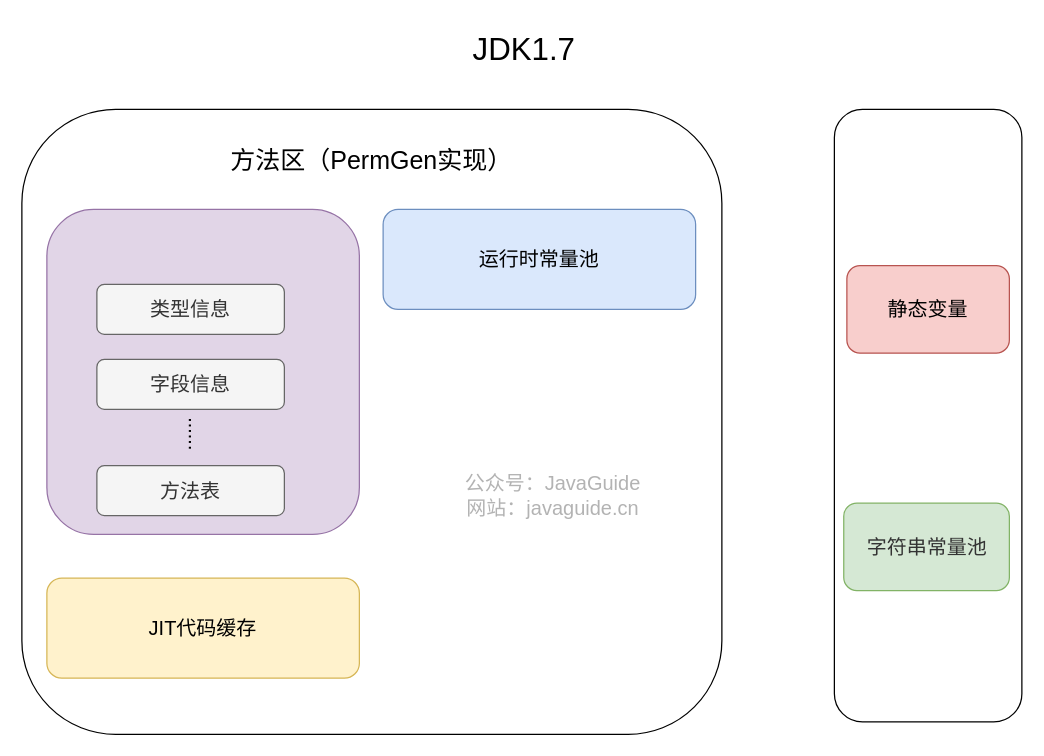
The draw.io diagram docs/java/jvm/pictures/memory-area/method-area-jdk1.7.drawio in Snailclimb/JavaGuide, before the edit. Source tidied: cells renumbered, new cells numbered last; positions are measured from the earlier drawing's top-left corner, leaving out a move shared by most shapes. Both pictures are drawn from the tidied source at 125%, with x=0, y=0 at pixel (21, 21).
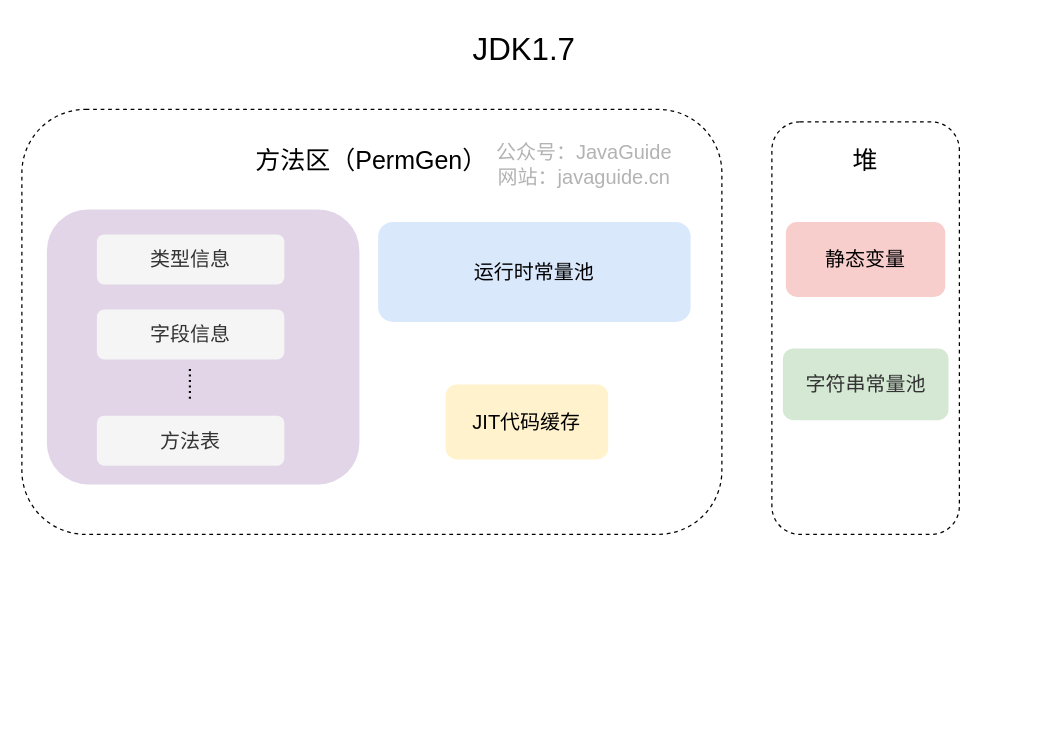
The same diagram, later.

Commit message (it also covers changes not shown here):
[docs update]修改了两张图片

What changed in the source:
```diff
@@
 <mxGraphModel>
   <root>
     <mxCell id="0" />
     <mxCell id="1" parent="0" />
-    <mxCell id="2" style="rounded=1;whiteSpace=wrap;html=1;sketch=0;fontSize=16;glass=0;shadow=0;" parent="1" vertex="1">
-      <mxGeometry y="70" width="560" height="500" as="geometry" />
-    </mxCell>
-    <mxCell id="3" style="rounded=1;whiteSpace=wrap;html=1;sketch=0;fontSize=16;" parent="1" vertex="1">
-      <mxGeometry x="650" y="70" width="150" height="490" as="geometry" />
-    </mxCell>
+    <mxCell id="17" style="rounded=1;whiteSpace=wrap;html=1;sketch=0;fontSize=16;glass=0;shadow=0;dashed=1;fillColor=none;" parent="1" vertex="1">
+      <mxGeometry y="70" width="560" height="340" as="geometry" />
+    </mxCell>
+    <mxCell id="18" style="rounded=1;whiteSpace=wrap;html=1;sketch=0;fontSize=16;dashed=1;fillColor=none;" parent="1" vertex="1">
+      <mxGeometry x="600" y="80" width="150" height="330" as="geometry" />
+    </mxCell>
-    <mxCell id="4" value="静态变量" style="rounded=1;whiteSpace=wrap;html=1;fillColor=#f8cecc;strokeColor=#b85450;sketch=0;fontSize=16;" parent="1" vertex="1">
-      <mxGeometry x="660" y="195" width="130" height="70" as="geometry" />
+    <mxCell id="4" value="静态变量" style="rounded=1;whiteSpace=wrap;html=1;fillColor=#f8cecc;strokeColor=none;sketch=0;fontSize=16;" parent="1" vertex="1">
+      <mxGeometry x="611.2" y="160" width="127.5" height="60" as="geometry" />
     </mxCell>
-    <mxCell id="5" value="&lt;span style=&quot;color: rgb(51, 51, 51); font-size: 16px;&quot;&gt;字符串常量池&lt;/span&gt;" style="rounded=1;whiteSpace=wrap;html=1;fillColor=#d5e8d4;strokeColor=#82b366;sketch=0;fontSize=16;" parent="1" vertex="1">
-      <mxGeometry x="657.5" y="385" width="132.5" height="70" as="geometry" />
+    <mxCell id="5" value="&lt;span style=&quot;color: rgb(51, 51, 51); font-size: 16px;&quot;&gt;字符串常量池&lt;/span&gt;" style="rounded=1;whiteSpace=wrap;html=1;fillColor=#d5e8d4;strokeColor=none;sketch=0;fontSize=16;" parent="1" vertex="1">
+      <mxGeometry x="608.8" y="261.2" width="132.5" height="57.5" as="geometry" />
     </mxCell>
-    <mxCell id="6" style="rounded=1;whiteSpace=wrap;html=1;fillColor=#dae8fc;strokeColor=#6c8ebf;sketch=0;fontSize=16;glass=0;shadow=0;" parent="1" vertex="1">
-      <mxGeometry x="289" y="150" width="250" height="80" as="geometry" />
-    </mxCell>
+    <mxCell id="19" style="rounded=1;whiteSpace=wrap;html=1;fillColor=#dae8fc;strokeColor=none;sketch=0;fontSize=16;glass=0;shadow=0;" parent="1" vertex="1">
+      <mxGeometry x="285" y="160" width="250" height="80" as="geometry" />
+    </mxCell>
     <mxCell id="7" value="运行时常量池" style="text;html=1;strokeColor=none;fillColor=none;align=center;verticalAlign=middle;whiteSpace=wrap;rounded=1;fontSize=16;sketch=0;glass=0;shadow=0;" parent="1" vertex="1">
-      <mxGeometry x="274" y="180" width="280" height="20" as="geometry" />
+      <mxGeometry x="270" y="190" width="280" height="20" as="geometry" />
     </mxCell>
-    <mxCell id="8" value="JIT代码缓存" style="rounded=1;whiteSpace=wrap;html=1;fillColor=#fff2cc;strokeColor=#d6b656;sketch=0;fontSize=16;glass=0;shadow=0;" parent="1" vertex="1">
-      <mxGeometry x="20" y="445" width="250" height="80" as="geometry" />
+    <mxCell id="8" value="JIT代码缓存" style="rounded=1;whiteSpace=wrap;html=1;fillColor=#fff2cc;strokeColor=none;sketch=0;fontSize=16;glass=0;shadow=0;" parent="1" vertex="1">
+      <mxGeometry x="339" y="290" width="130" height="60" as="geometry" />
     </mxCell>
-    <mxCell id="9" style="rounded=1;whiteSpace=wrap;html=1;fillColor=#e1d5e7;strokeColor=#9673a6;sketch=0;fontSize=16;glass=0;shadow=0;" parent="1" vertex="1">
-      <mxGeometry x="20" y="150" width="250" height="260" as="geometry" />
-    </mxCell>
+    <mxCell id="20" style="rounded=1;whiteSpace=wrap;html=1;fillColor=#e1d5e7;strokeColor=none;sketch=0;fontSize=16;glass=0;shadow=0;" parent="1" vertex="1">
+      <mxGeometry x="20" y="150" width="250" height="220" as="geometry" />
+    </mxCell>
-    <mxCell id="10" value="类型信息" style="rounded=1;whiteSpace=wrap;html=1;fillColor=#f5f5f5;strokeColor=#666666;sketch=0;fontSize=16;fontColor=#333333;glass=0;shadow=0;" parent="1" vertex="1">
-      <mxGeometry x="60" y="210" width="150" height="40" as="geometry" />
+    <mxCell id="10" value="类型信息" style="rounded=1;whiteSpace=wrap;html=1;fillColor=#f5f5f5;strokeColor=none;sketch=0;fontSize=16;fontColor=#333333;glass=0;shadow=0;" parent="1" vertex="1">
+      <mxGeometry x="60" y="170" width="150" height="40" as="geometry" />
     </mxCell>
-    <mxCell id="11" value="字段信息" style="rounded=1;whiteSpace=wrap;html=1;fillColor=#f5f5f5;strokeColor=#666666;sketch=0;fontSize=16;fontColor=#333333;glass=0;shadow=0;" parent="1" vertex="1">
-      <mxGeometry x="60" y="270" width="150" height="40" as="geometry" />
+    <mxCell id="11" value="字段信息" style="rounded=1;whiteSpace=wrap;html=1;fillColor=#f5f5f5;strokeColor=none;sketch=0;fontSize=16;fontColor=#333333;glass=0;shadow=0;" parent="1" vertex="1">
+      <mxGeometry x="60" y="230" width="150" height="40" as="geometry" />
     </mxCell>
-    <mxCell id="12" value="方法表" style="rounded=1;whiteSpace=wrap;html=1;fillColor=#f5f5f5;strokeColor=#666666;sketch=0;fontSize=16;fontColor=#333333;glass=0;shadow=0;" parent="1" vertex="1">
-      <mxGeometry x="60" y="355" width="150" height="40" as="geometry" />
+    <mxCell id="12" value="方法表" style="rounded=1;whiteSpace=wrap;html=1;fillColor=#f5f5f5;strokeColor=none;sketch=0;fontSize=16;fontColor=#333333;glass=0;shadow=0;" parent="1" vertex="1">
+      <mxGeometry x="60" y="315" width="150" height="40" as="geometry" />
     </mxCell>
     <mxCell id="13" value="......" style="text;html=1;strokeColor=none;fillColor=none;align=center;verticalAlign=middle;whiteSpace=wrap;rounded=1;fontSize=16;horizontal=0;sketch=0;glass=1;shadow=0;" parent="1" vertex="1">
-      <mxGeometry x="110" y="320" width="40" height="20" as="geometry" />
+      <mxGeometry x="110" y="280" width="40" height="20" as="geometry" />
     </mxCell>
-    <mxCell id="14" value="方法区（PermGen实现）" style="text;html=1;strokeColor=none;fillColor=none;align=center;verticalAlign=middle;whiteSpace=wrap;rounded=1;fontSize=20;sketch=0;glass=1;shadow=0;" parent="1" vertex="1">
-      <mxGeometry x="130" y="100" width="300" height="20" as="geometry" />
-    </mxCell>
+    <mxCell id="21" value="方法区（PermGen）" style="text;html=1;strokeColor=none;fillColor=none;align=center;verticalAlign=middle;whiteSpace=wrap;rounded=1;fontSize=20;sketch=0;glass=1;shadow=0;" parent="1" vertex="1">
+      <mxGeometry x="130" y="100" width="300" height="20" as="geometry" />
+    </mxCell>
-    <mxCell id="15" value="&lt;span style=&quot;color: rgb(0 , 0 , 0) ; font-family: &amp;#34;helvetica&amp;#34; ; font-size: 25px ; font-style: normal ; font-weight: 400 ; letter-spacing: normal ; text-align: center ; text-indent: 0px ; text-transform: none ; word-spacing: 0px ; display: inline ; float: none&quot;&gt;JDK1.7&lt;/span&gt;" style="text;whiteSpace=wrap;html=1;sketch=0;" parent="1" vertex="1">
+    <mxCell id="15" value="&lt;span style=&quot;color: rgb(0 , 0 , 0) ; font-family: &amp;quot;helvetica&amp;quot; ; font-size: 25px ; font-style: normal ; font-weight: 400 ; letter-spacing: normal ; text-align: center ; text-indent: 0px ; text-transform: none ; word-spacing: 0px ; display: inline ; float: none&quot;&gt;JDK1.7&lt;/span&gt;" style="text;whiteSpace=wrap;html=1;sketch=0;rounded=1;" parent="1" vertex="1">
       <mxGeometry x="359" width="110" height="30" as="geometry" />
     </mxCell>
+    <mxCell id="22" value="堆" style="text;html=1;strokeColor=none;fillColor=none;align=center;verticalAlign=middle;whiteSpace=wrap;rounded=1;fontSize=20;sketch=0;glass=1;shadow=0;" parent="1" vertex="1">
+      <mxGeometry x="645" y="100" width="60" height="20" as="geometry" />
+    </mxCell>
     <mxCell id="16" value="公众号：JavaGuide&lt;br style=&quot;font-size: 16px;&quot;&gt;网站：javaguide.cn" style="text;html=1;strokeColor=none;fillColor=none;align=center;verticalAlign=middle;whiteSpace=wrap;rounded=0;labelBackgroundColor=none;fontSize=16;fontColor=#B3B3B3;rotation=0;sketch=0;shadow=0;" parent="1" vertex="1">
-      <mxGeometry x="340" y="355" width="170" height="47.5" as="geometry" />
+      <mxGeometry x="365" y="90" width="170" height="47.5" as="geometry" />
     </mxCell>
   </root>
 </mxGraphModel>
```
